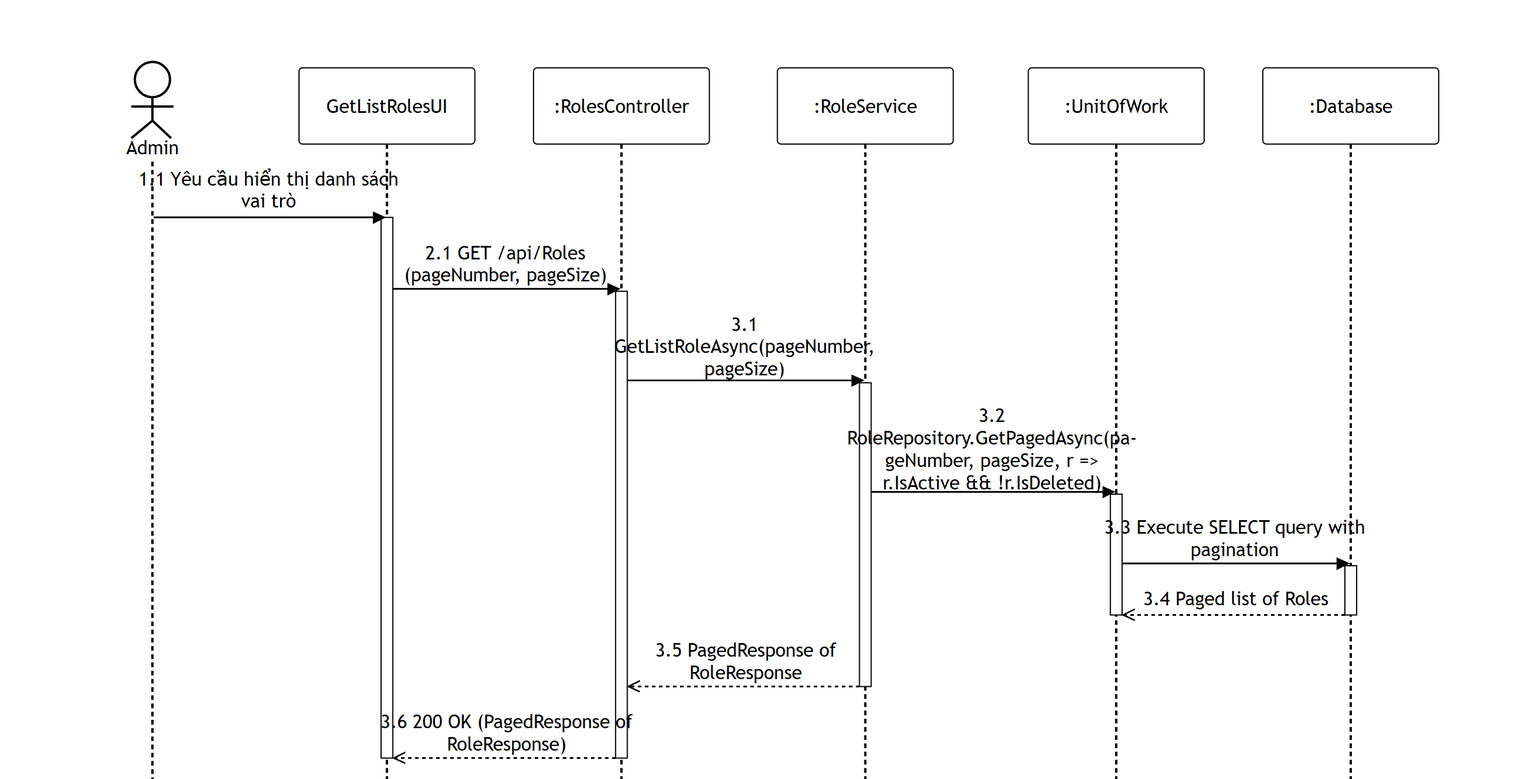
Before: 02-user-role-management/images/apis/get-list-roles.png, a diagram exported from Mermaid (PhucAnDev/docx-diagram). Its source is kept beside it as 02-user-role-management/sequence-diagram/apis/get-list-roles.mmd. Source of this version:
```mermaid
%%{init: {'theme':'base', 'themeVariables': {'actorBkg':'#ffffff','actorBorder':'#000000','actorTextColor':'#000000','actorLineColor':'#000000','signalColor':'#000000','signalTextColor':'#000000','labelBoxBkgColor':'#ffffff','labelBoxBorderColor':'#000000','labelTextColor':'#000000','loopTextColor':'#000000','noteBkgColor':'#ffffff','noteBorderColor':'#000000','noteTextColor':'#000000','activationBorderColor':'#000000','activationBkgColor':'#ffffff','sequenceNumberColor':'#000000'}, 'sequence': {'width':150,'height':65,'actorFontSize':16,'messageFontSize':16,'wrap':true,'wrapPadding':10}}}%%
sequenceDiagram
    title GET /api/Roles
    actor Admin as Admin
    participant UI as GetListRolesUI
    participant Endpoint as :RolesController
    participant Service as :RoleService
    participant DB as :UnitOfWork
    participant Database as :Database

    Admin->>UI: 1.1 Yêu cầu hiển thị danh sách vai trò
    activate UI
    UI->>Endpoint: 2.1 GET /api/Roles (pageNumber, pageSize)
    activate Endpoint

    Endpoint->>Service: 3.1 GetListRoleAsync(pageNumber, pageSize)
    activate Service

    Service->>DB: 3.2 RoleRepository.GetPagedAsync(pageNumber, pageSize, r => r.IsActive && !r.IsDeleted)
    activate DB
    DB->>Database: 3.3 Execute SELECT query with pagination
    activate Database
    Database-->>DB: 3.4 Paged list of Roles
    deactivate Database
    deactivate DB

    Service-->>Endpoint: 3.5 PagedResponse of RoleResponse
    deactivate Service
    Endpoint-->>UI: 3.6 200 OK (PagedResponse of RoleResponse)
    deactivate Endpoint
    deactivate UI
```
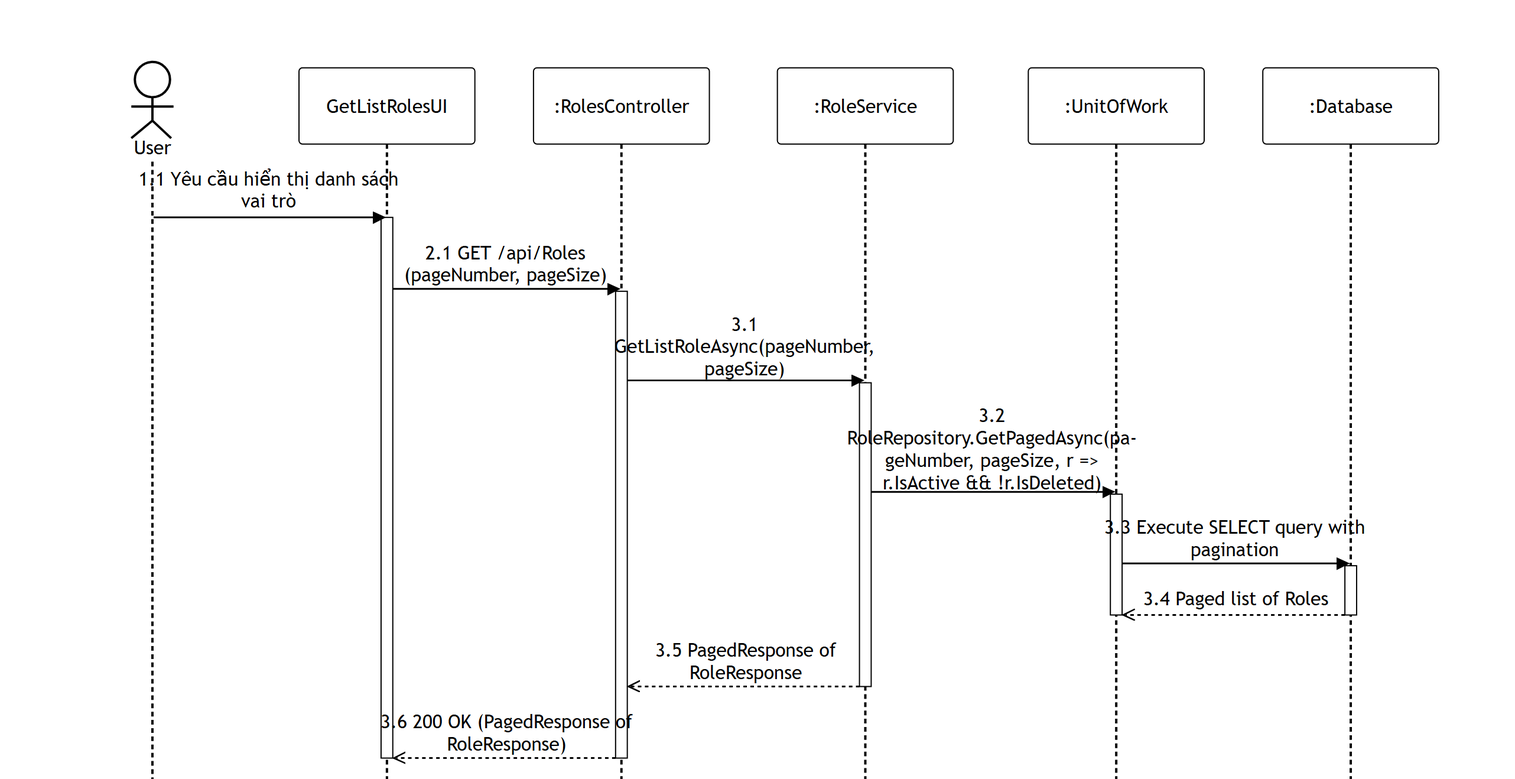
Above is the later version.

Change to the diagram source:
```diff
@@ -1,14 +1,14 @@
 %%{init: {'theme':'base', 'themeVariables': {'actorBkg':'#ffffff','actorBorder':'#000000','actorTextColor':'#000000','actorLineColor':'#000000','signalColor':'#000000','signalTextColor':'#000000','labelBoxBkgColor':'#ffffff','labelBoxBorderColor':'#000000','labelTextColor':'#000000','loopTextColor':'#000000','noteBkgColor':'#ffffff','noteBorderColor':'#000000','noteTextColor':'#000000','activationBorderColor':'#000000','activationBkgColor':'#ffffff','sequenceNumberColor':'#000000'}, 'sequence': {'width':150,'height':65,'actorFontSize':16,'messageFontSize':16,'wrap':true,'wrapPadding':10}}}%%
 sequenceDiagram
     title GET /api/Roles
-    actor Admin as Admin
+    actor User as User
     participant UI as GetListRolesUI
     participant Endpoint as :RolesController
     participant Service as :RoleService
     participant DB as :UnitOfWork
     participant Database as :Database
 
-    Admin->>UI: 1.1 Yêu cầu hiển thị danh sách vai trò
+    User->>UI: 1.1 Yêu cầu hiển thị danh sách vai trò
     activate UI
     UI->>Endpoint: 2.1 GET /api/Roles (pageNumber, pageSize)
     activate Endpoint
```
